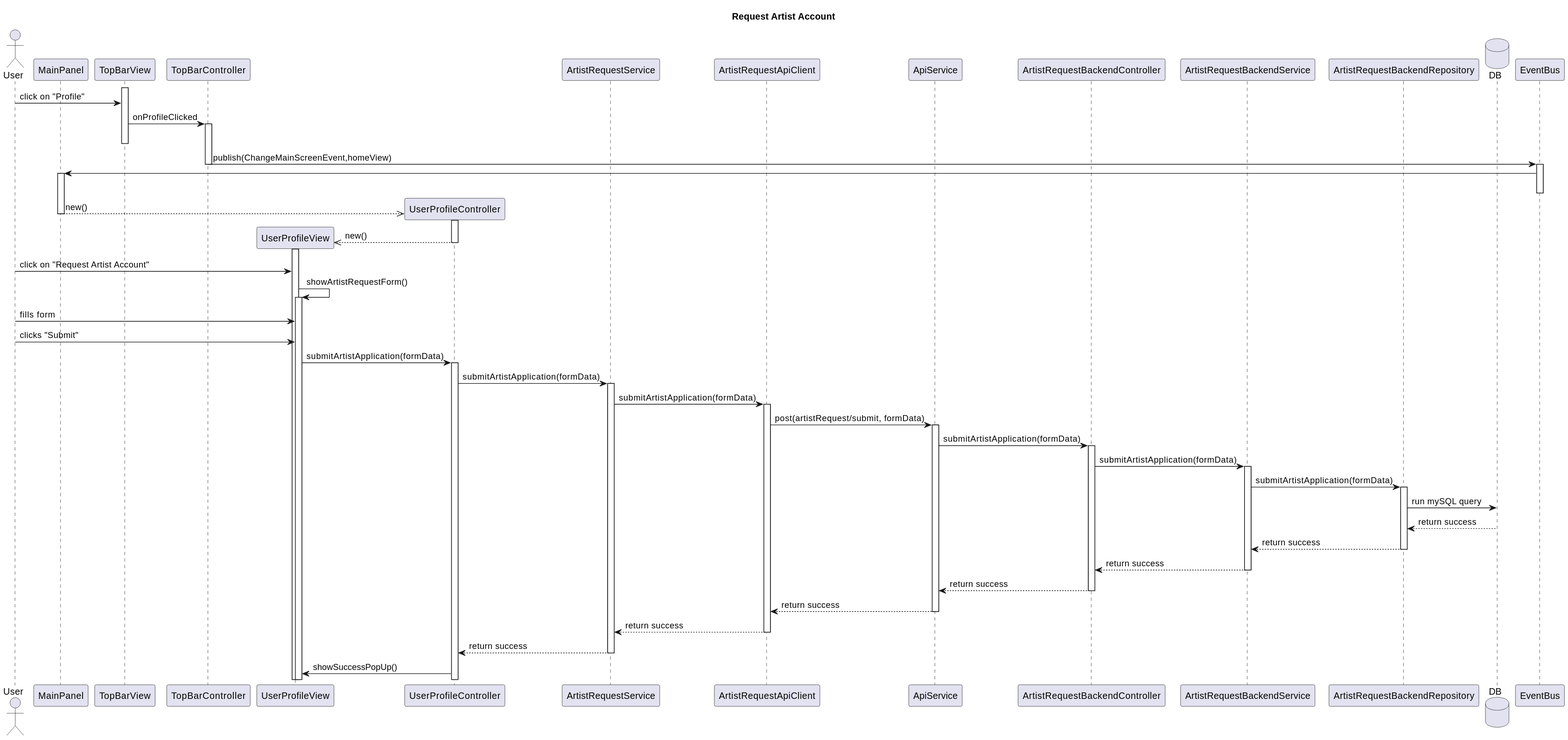
This is Paradoteo_4/SequenceDiagrams-v0.3/RequestArtistAccount.svg from RubenKingCP/Tunix, a PlantUML export, as it was before one commit.
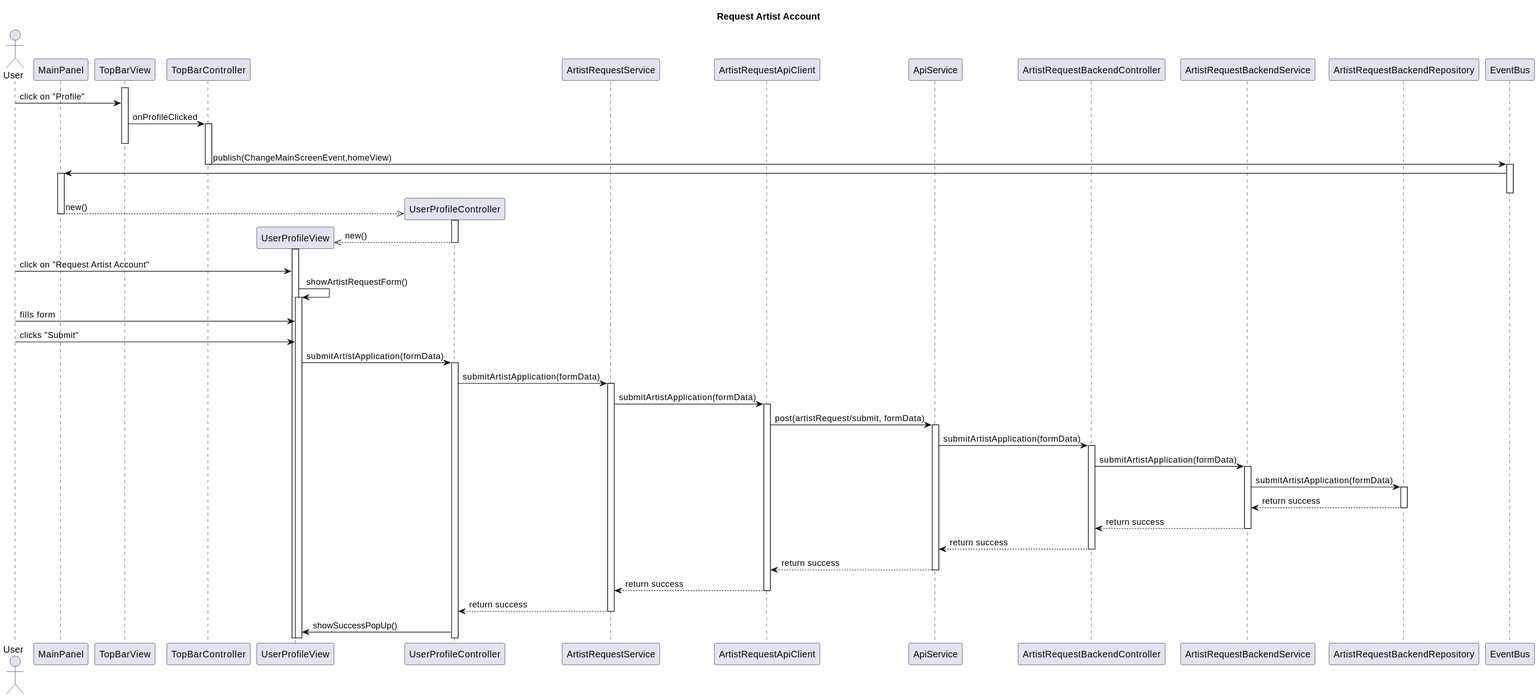
Above is the later version.

Change to the diagram source:
```diff
@@ -15,7 +15,6 @@
 participant ArtistRequestBackendService
 participant ArtistRequestBackendRepository
 
-database DB
 
 participant EventBus
 
@@ -57,8 +56,6 @@
 activate ArtistRequestBackendService
 ArtistRequestBackendService -> ArtistRequestBackendRepository : submitArtistApplication(formData)
 activate ArtistRequestBackendRepository
-ArtistRequestBackendRepository -> DB : run mySQL query
-DB --> ArtistRequestBackendRepository : return success
 ArtistRequestBackendRepository --> ArtistRequestBackendService : return success
 deactivate ArtistRequestBackendRepository
 ArtistRequestBackendService --> ArtistRequestBackendController : return success
```
